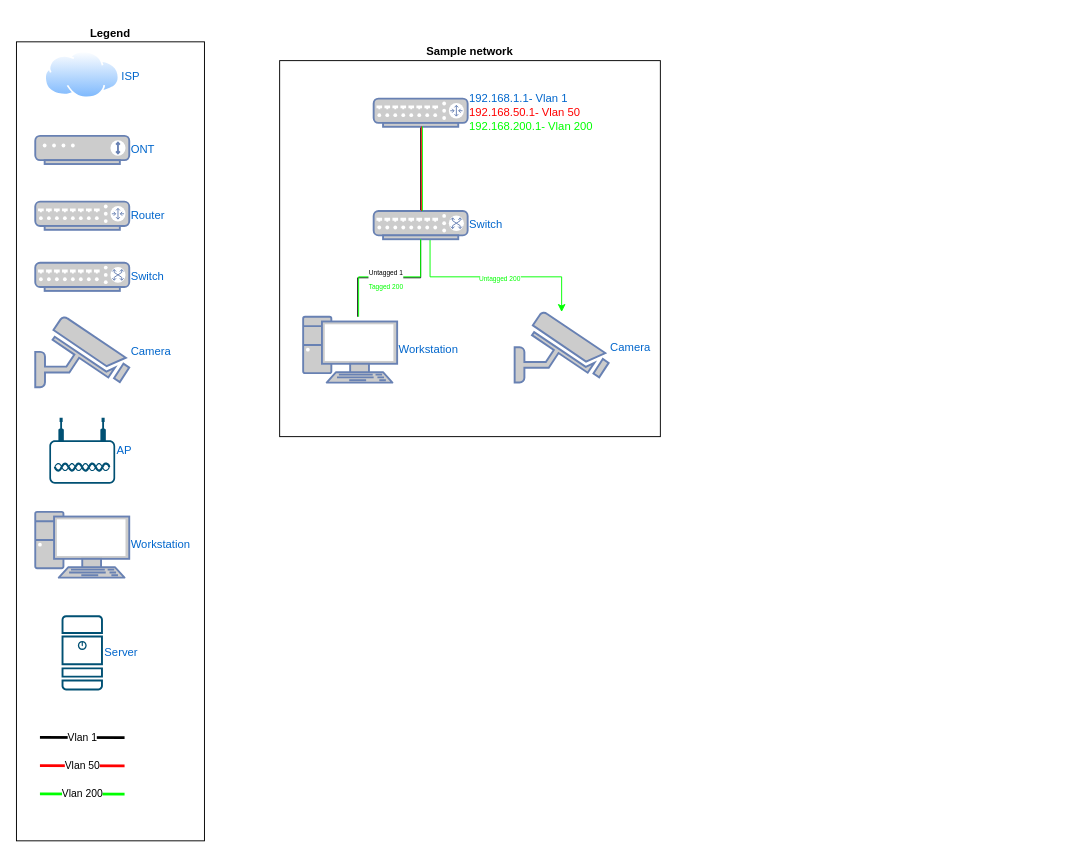
Earlier version of the draw.io diagram Josh - devent map.drawio (WeAreWorking/NetMaps). Source tidied: cells renumbered, new cells numbered last; positions are measured from the earlier drawing's top-left corner, leaving out a move shared by most shapes. Both pictures are drawn from the tidied source at 94%, with x=0, y=0 at pixel (16, 41).
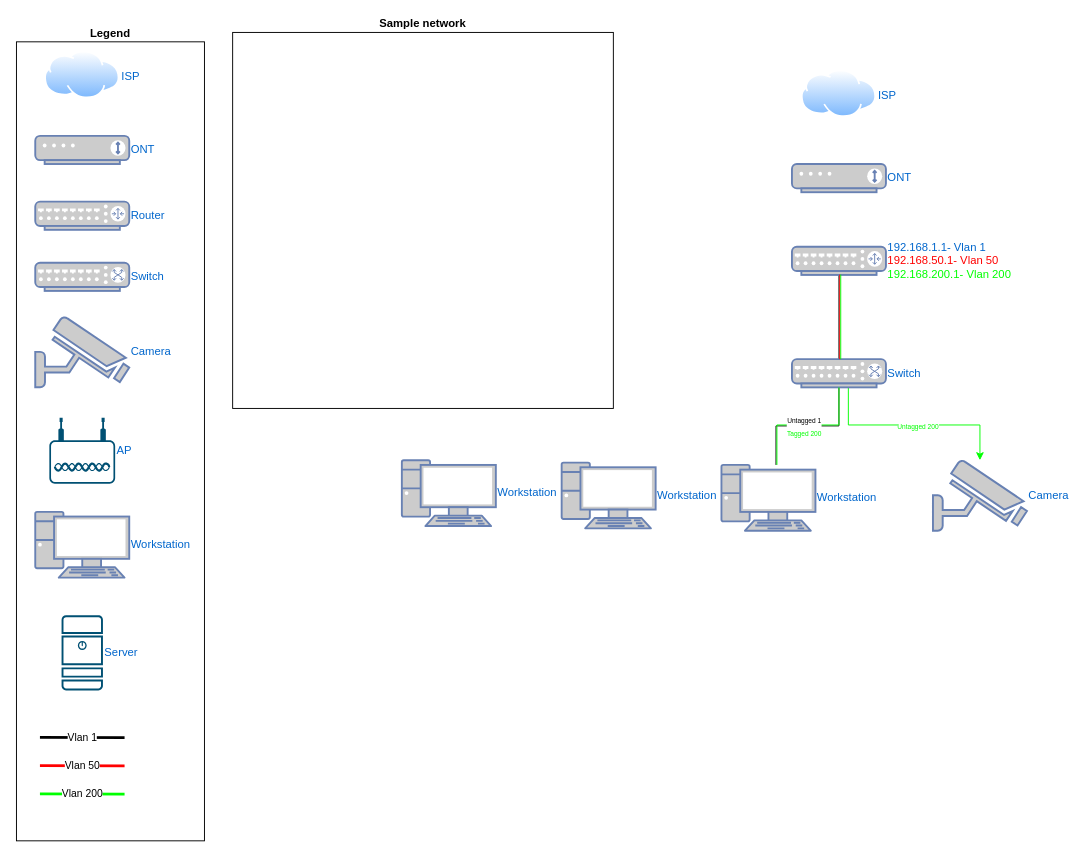
Above is the later version.

The edit, as a diff of the source:
```diff
@@
     <mxCell id="2" value="Sample network" style="rounded=0;whiteSpace=wrap;html=1;labelPosition=center;verticalLabelPosition=top;align=center;verticalAlign=bottom;fontStyle=1;" parent="1" vertex="1">
-      <mxGeometry x="280" y="20" width="405" height="400" as="geometry" />
+      <mxGeometry x="230" y="-10" width="405" height="400" as="geometry" />
     </mxCell>
@@
     <mxCell id="9" value="Camera" style="fontColor=#0066CC;verticalAlign=middle;verticalLabelPosition=middle;labelPosition=right;align=left;html=1;outlineConnect=0;fillColor=#CCCCCC;strokeColor=#6881B3;gradientColor=none;gradientDirection=north;strokeWidth=2;shape=mxgraph.networks.security_camera;" parent="1" vertex="1">
-      <mxGeometry x="530" y="287.5" width="100" height="75" as="geometry" />
+      <mxGeometry x="975" y="445.1" width="100" height="75" as="geometry" />
     </mxCell>
@@
     <mxCell id="16" value="192.168.1.1- Vlan 1&lt;br&gt;&lt;font color=&quot;#ff0000&quot;&gt;192.168.50.1- Vlan 50&lt;/font&gt;&lt;br&gt;&lt;font color=&quot;#00ff00&quot;&gt;192.168.200.1- Vlan 200&lt;/font&gt;" style="fontColor=#0066CC;verticalAlign=middle;verticalLabelPosition=middle;labelPosition=right;align=left;html=1;outlineConnect=0;fillColor=#CCCCCC;strokeColor=#6881B3;gradientColor=none;gradientDirection=north;strokeWidth=2;shape=mxgraph.networks.router;" parent="1" vertex="1">
-      <mxGeometry x="380" y="60.4" width="100" height="30" as="geometry" />
+      <mxGeometry x="825" y="218" width="100" height="30" as="geometry" />
     </mxCell>
     <mxCell id="17" style="edgeStyle=orthogonalEdgeStyle;rounded=0;orthogonalLoop=1;jettySize=auto;html=1;endArrow=none;endFill=0;" parent="1" edge="1">
       <mxGeometry relative="1" as="geometry">
-        <mxPoint x="423" y="210" as="sourcePoint" />
-        <mxPoint x="363" y="292.5" as="targetPoint" />
+        <mxPoint x="868" y="367.6" as="sourcePoint" />
+        <mxPoint x="808" y="450.1" as="targetPoint" />
         <Array as="points">
-          <mxPoint x="430" y="210" />
-          <mxPoint x="430" y="251" />
-          <mxPoint x="363" y="251" />
+          <mxPoint x="875" y="367.6" />
+          <mxPoint x="875" y="408.6" />
+          <mxPoint x="808" y="408.6" />
         </Array>
       </mxGeometry>
     </mxCell>
     <mxCell id="18" style="edgeStyle=orthogonalEdgeStyle;rounded=0;jettySize=auto;html=1;strokeColor=#00FF00;" parent="1" edge="1" source="20" target="9">
       <mxGeometry relative="1" as="geometry">
         <Array as="points">
-          <mxPoint x="440" y="250" />
-          <mxPoint x="580" y="250" />
+          <mxPoint x="885" y="407.6" />
+          <mxPoint x="1025" y="407.6" />
         </Array>
       </mxGeometry>
     </mxCell>
@@
     <mxCell id="20" value="Switch" style="fontColor=#0066CC;verticalAlign=middle;verticalLabelPosition=middle;labelPosition=right;align=left;html=1;outlineConnect=0;fillColor=#CCCCCC;strokeColor=#6881B3;gradientColor=none;gradientDirection=north;strokeWidth=2;shape=mxgraph.networks.switch;" parent="1" vertex="1">
-      <mxGeometry x="380" y="180" width="100" height="30" as="geometry" />
+      <mxGeometry x="825" y="337.6" width="100" height="30" as="geometry" />
     </mxCell>
     <mxCell id="21" value="Workstation" style="fontColor=#0066CC;verticalAlign=middle;verticalLabelPosition=middle;labelPosition=right;align=left;html=1;outlineConnect=0;fillColor=#CCCCCC;strokeColor=#6881B3;gradientColor=none;gradientDirection=north;strokeWidth=2;shape=mxgraph.networks.pc;" parent="1" vertex="1">
-      <mxGeometry x="305" y="292.5" width="100" height="70" as="geometry" />
+      <mxGeometry x="750" y="450.1" width="100" height="70" as="geometry" />
     </mxCell>
@@
     <mxCell id="23" style="edgeStyle=orthogonalEdgeStyle;rounded=0;orthogonalLoop=1;jettySize=auto;html=1;entryX=0.5;entryY=0;entryDx=0;entryDy=0;entryPerimeter=0;endArrow=none;endFill=0;strokeColor=#FF0000;" parent="1" edge="1">
       <mxGeometry relative="1" as="geometry">
-        <mxPoint x="430.8" y="90" as="sourcePoint" />
-        <mxPoint x="430.8" y="180" as="targetPoint" />
+        <mxPoint x="875.8" y="247.6" as="sourcePoint" />
+        <mxPoint x="875.8" y="337.6" as="targetPoint" />
       </mxGeometry>
     </mxCell>
     <mxCell id="24" style="edgeStyle=orthogonalEdgeStyle;rounded=0;orthogonalLoop=1;jettySize=auto;html=1;entryX=0.5;entryY=0;entryDx=0;entryDy=0;entryPerimeter=0;endArrow=none;endFill=0;strokeColor=#00FF00;" parent="1" edge="1">
       <mxGeometry relative="1" as="geometry">
-        <mxPoint x="431.9" y="90" as="sourcePoint" />
-        <mxPoint x="431.9" y="180" as="targetPoint" />
+        <mxPoint x="876.9" y="247.6" as="sourcePoint" />
+        <mxPoint x="876.9" y="337.6" as="targetPoint" />
       </mxGeometry>
     </mxCell>
     <mxCell id="25" style="edgeStyle=orthogonalEdgeStyle;rounded=0;jettySize=auto;html=1;endArrow=none;endFill=0;strokeColor=#00FF00;" parent="1" edge="1" source="20" target="21">
       <mxGeometry relative="1" as="geometry">
         <Array as="points">
-          <mxPoint x="430" y="250" />
-          <mxPoint x="364" y="250" />
+          <mxPoint x="875" y="407.6" />
+          <mxPoint x="809" y="407.6" />
         </Array>
       </mxGeometry>
     </mxCell>
@@
+    <mxCell id="27" value="Workstation" style="fontColor=#0066CC;verticalAlign=middle;verticalLabelPosition=middle;labelPosition=right;align=left;html=1;fillColor=#CCCCCC;strokeColor=#6881B3;gradientColor=none;gradientDirection=north;strokeWidth=2;shape=mxgraph.networks.pc;" parent="1" vertex="1">
+      <mxGeometry x="580" y="447.6" width="100" height="70" as="geometry" />
+    </mxCell>
+    <mxCell id="28" value="Workstation" style="fontColor=#0066CC;verticalAlign=middle;verticalLabelPosition=middle;labelPosition=right;align=left;html=1;fillColor=#CCCCCC;strokeColor=#6881B3;gradientColor=none;gradientDirection=north;strokeWidth=2;shape=mxgraph.networks.pc;" parent="1" vertex="1">
+      <mxGeometry x="410" y="445.1" width="100" height="70" as="geometry" />
+    </mxCell>
+    <mxCell id="29" value="ONT" style="fontColor=#0066CC;verticalAlign=middle;verticalLabelPosition=middle;labelPosition=right;align=left;html=1;fillColor=#CCCCCC;strokeColor=#6881B3;gradientColor=none;gradientDirection=north;strokeWidth=2;shape=mxgraph.networks.modem;" parent="1" vertex="1">
+      <mxGeometry x="825" y="130" width="100" height="30" as="geometry" />
+    </mxCell>
+    <mxCell id="30" value="ISP" style="image;perimeter=ellipsePerimeter;html=1;align=left;shadow=0;dashed=0;spacingTop=3;image=img/lib/active_directory/internet_cloud.svg;labelPosition=right;verticalLabelPosition=middle;verticalAlign=middle;fontColor=#0066CC;" parent="1" vertex="1">
+      <mxGeometry x="835" y="30" width="80" height="50.4" as="geometry" />
+    </mxCell>
```
